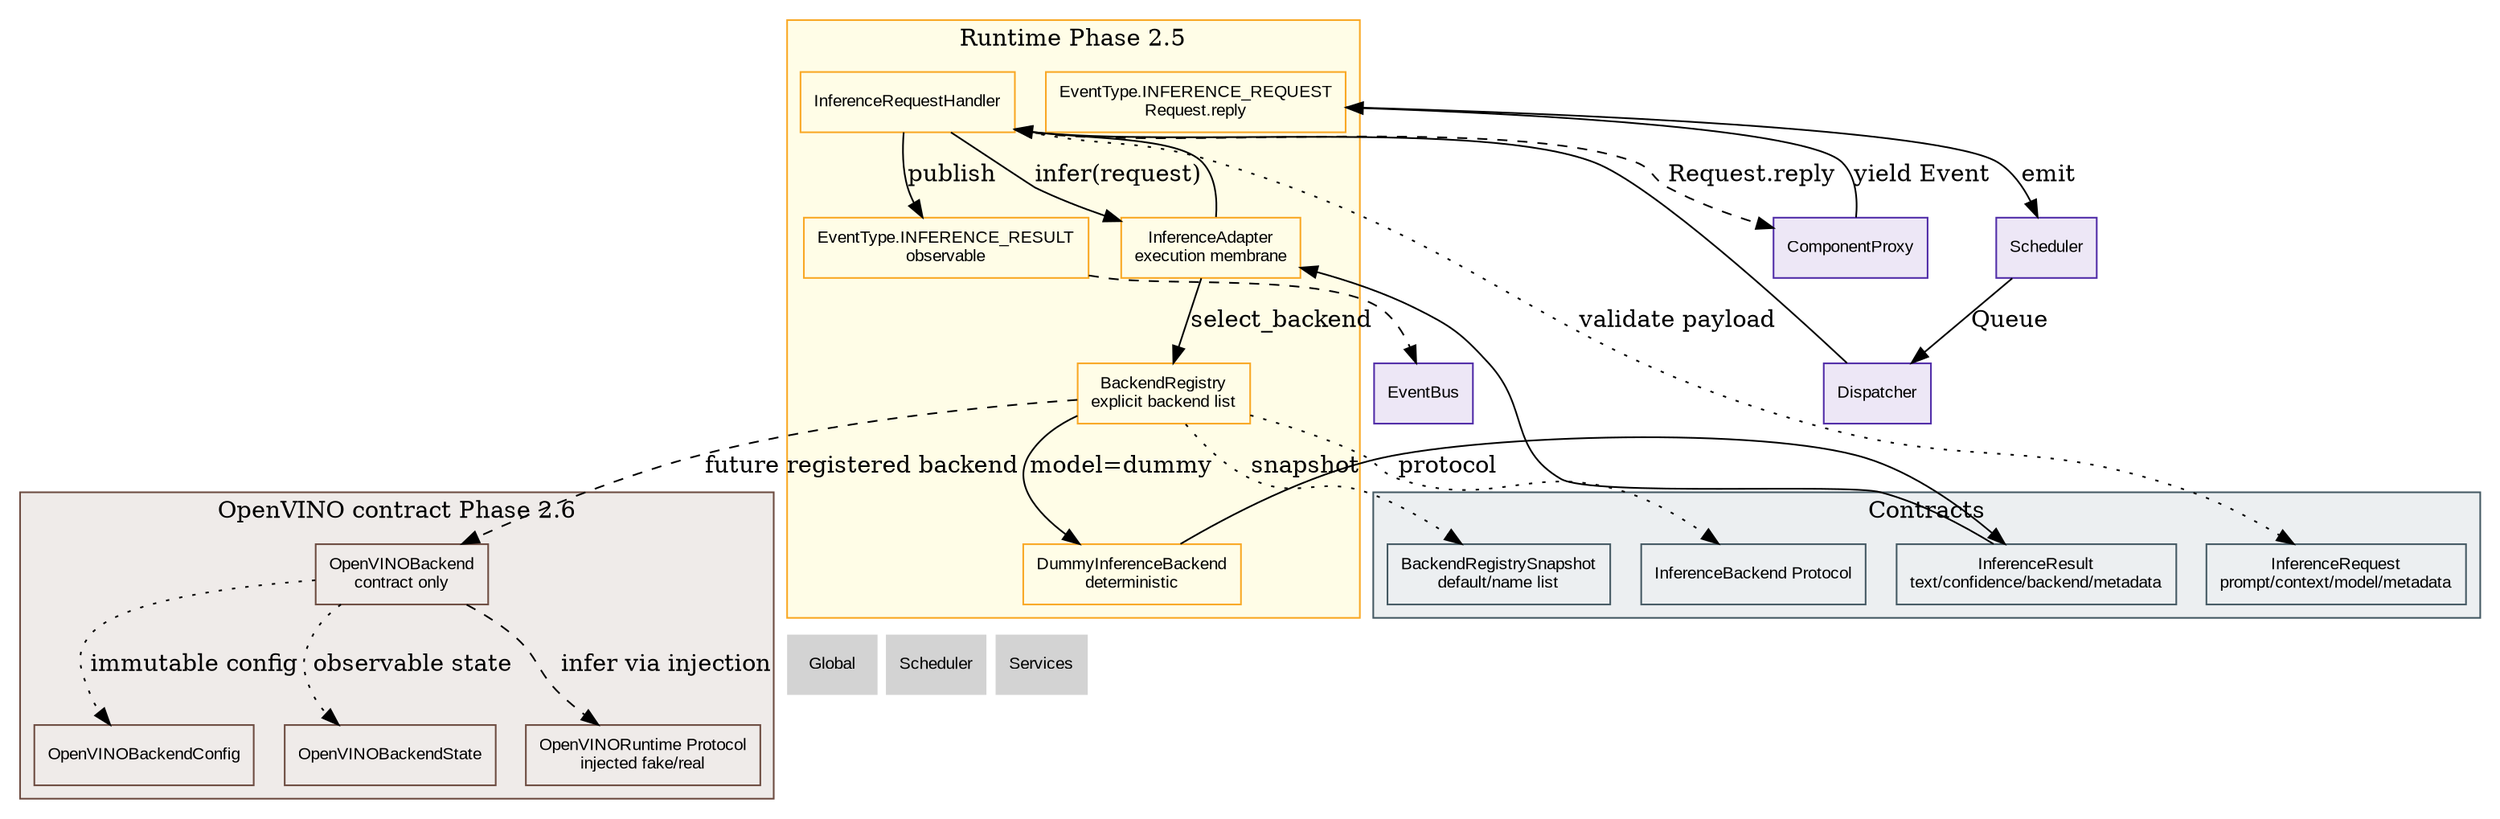
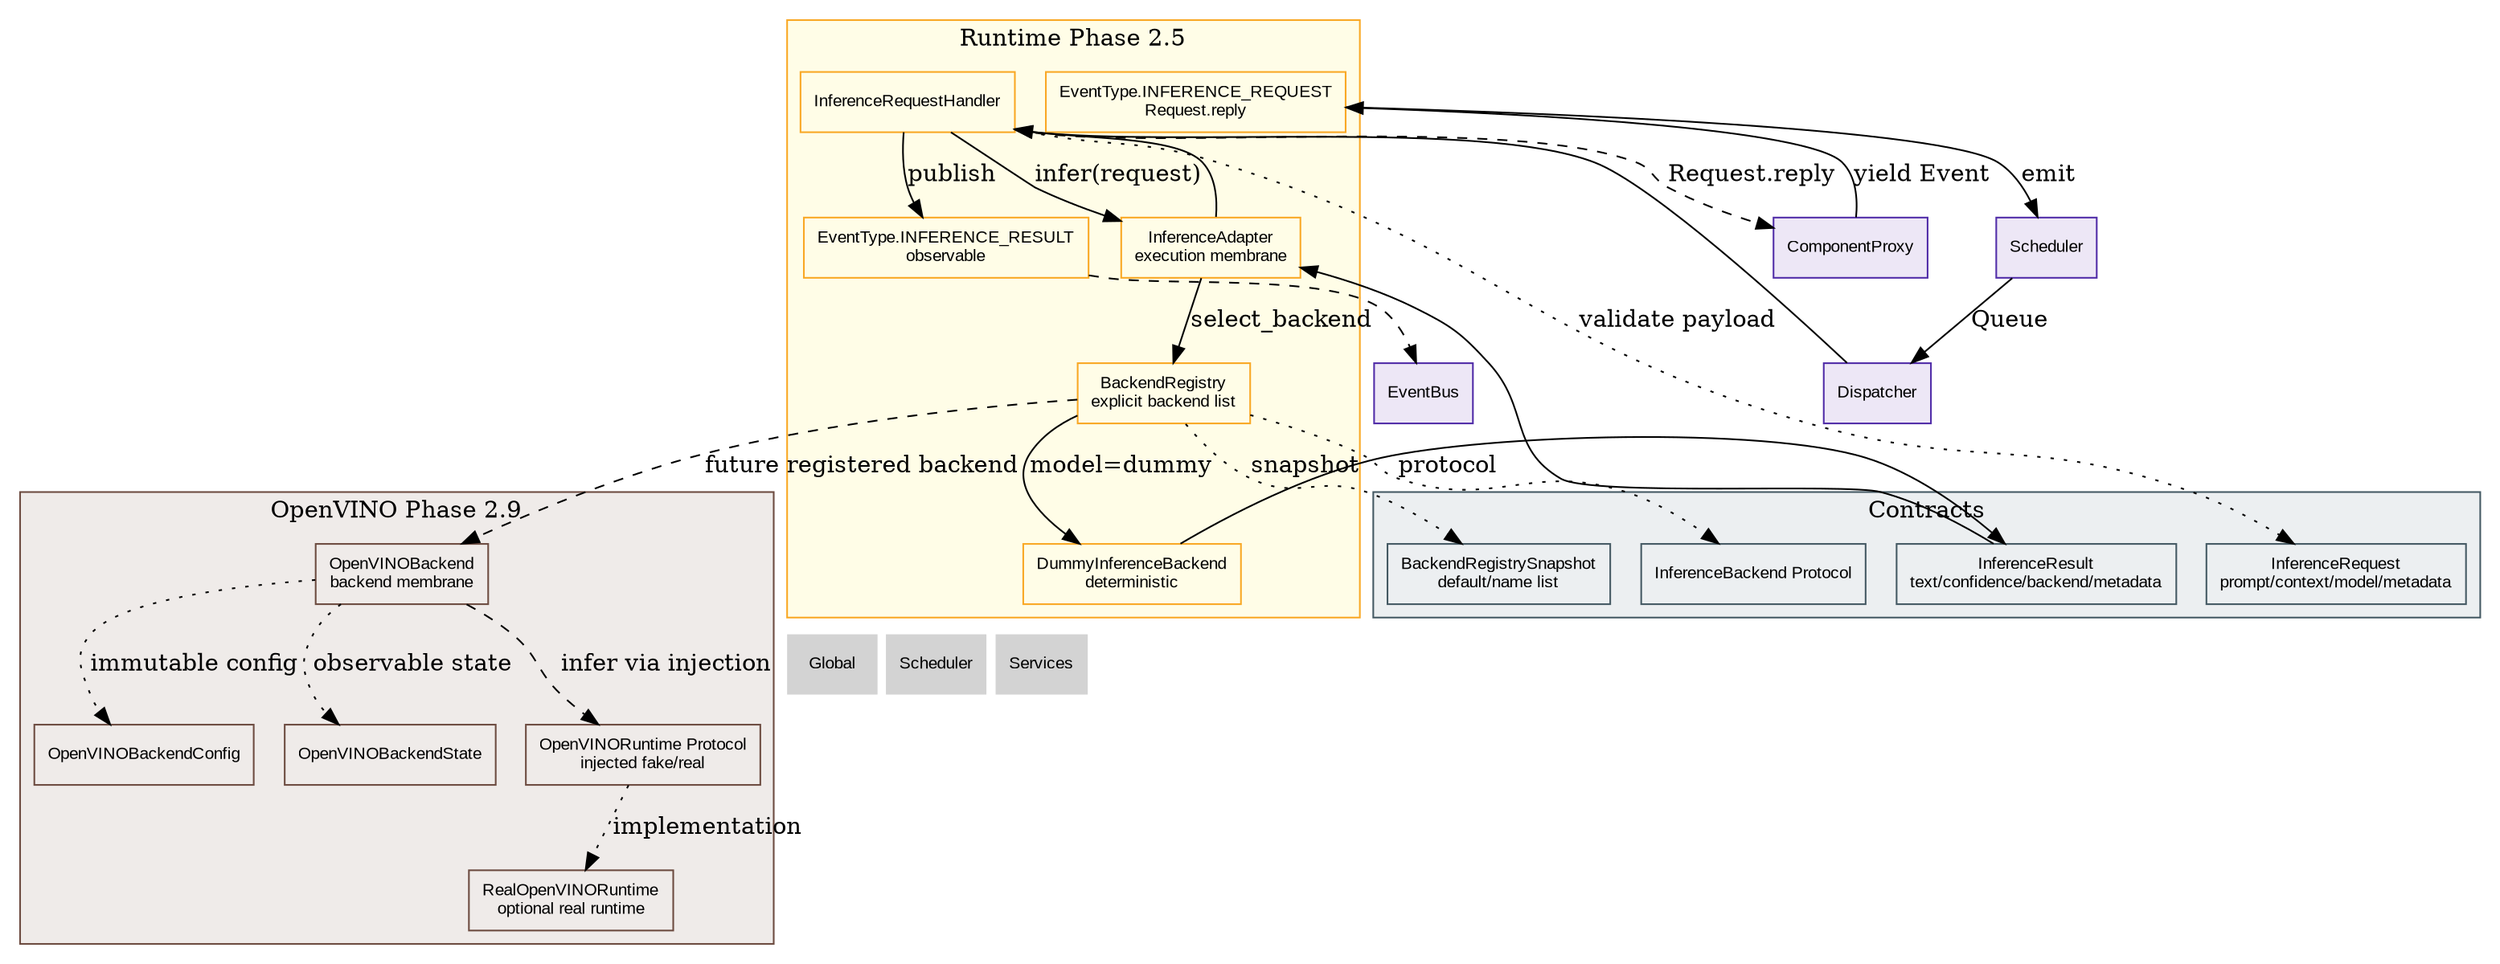
digraph Inference {
    // ROADMAP_ID: inference
    // ROADMAP_PARENT: 00_global.dot

    rankdir=TB;
    node [shape=box, style=filled, fontname="Arial", fontsize=10];

-     // ROADMAP_NOTE[phase2_6]:
-     // OpenVINOBackend existe maintenant comme contrat testable avec runtime
-     // injecté. Il n'importe pas encore openvino et n'est pas enregistré par
-     // défaut dans le Launcher. Ce graphe pointe vers 41_openvino_backend.dot
-     // pour le détail du futur backend réel.
+     // ROADMAP_NOTE[phase2_9]:
+     // OpenVINOBackend possède maintenant un runtime réel optionnel isolé dans
+     // inference/openvino_runtime.py. Le Scheduler, le Dispatcher et
+     // ComponentProxy ne changent pas. Aucun modèle n'est imposé : le runtime
+     // exécute uniquement des entrées OpenVINO brutes.

    subgraph cluster_contracts {
        label="Contracts";
        color="#455a64";
        bgcolor="#eceff1";
        node [fillcolor="#eceff1", color="#455a64"];
        InferenceRequest [label="InferenceRequest\nprompt/context/model/metadata"];
        InferenceResult [label="InferenceResult\ntext/confidence/backend/metadata"];
        InferenceBackend [label="InferenceBackend Protocol"];
        RegistrySnapshot [label="BackendRegistrySnapshot\ndefault/name list"];
    }

    subgraph cluster_runtime {
        label="Runtime Phase 2.5";
        color="#f9a825";
        bgcolor="#fffde7";
        node [fillcolor="#fffde7", color="#f9a825"];
        EventRequest [label="EventType.INFERENCE_REQUEST\nRequest.reply"];
        Handler [label="InferenceRequestHandler"];
        Adapter [label="InferenceAdapter\nexecution membrane"];
        Registry [label="BackendRegistry\nexplicit backend list"];
        Dummy [label="DummyInferenceBackend\ndeterministic"];
        EventResult [label="EventType.INFERENCE_RESULT\nobservable"];
    }

    subgraph cluster_openvino_contract {
-         label="OpenVINO contract Phase 2.6";
+         label="OpenVINO Phase 2.9";
        color="#6d4c41";
        bgcolor="#efebe9";
        node [fillcolor="#efebe9", color="#6d4c41"];
-         OpenVINO [label="OpenVINOBackend\ncontract only", URL="41_openvino_backend.svg"];
+         OpenVINO [label="OpenVINOBackend\nbackend membrane", URL="41_openvino_backend.svg"];
        OpenVINOConfig [label="OpenVINOBackendConfig"];
        OpenVINOState [label="OpenVINOBackendState"];
        OpenVINORuntime [label="OpenVINORuntime Protocol\ninjected fake/real"];
+         RealRuntime [label="RealOpenVINORuntime\noptional real runtime", URL="42_openvino_runtime.svg"];
    }

    Scheduler [fillcolor="#ede7f6", color="#512da8", URL="../scheduler/10_scheduler.svg"];
    Dispatcher [fillcolor="#ede7f6", color="#512da8", URL="../scheduler/dispatcher/11_dispatcher.svg"];
    ComponentProxy [fillcolor="#ede7f6", color="#512da8", URL="../scheduler/component_proxy/14_component_proxy.svg"];
    EventBus [fillcolor="#ede7f6", color="#512da8", URL="../scheduler/event_bus/12_event_bus.svg"];

    ComponentProxy -> EventRequest [label="yield Event"];
    EventRequest -> Scheduler [label="emit"];
    Scheduler -> Dispatcher [label="Queue"];
    Dispatcher -> Handler;
    Handler -> InferenceRequest [style=dotted, label="validate payload"];
    Handler -> Adapter [label="infer(request)"];
    Adapter -> Registry [label="select_backend"];
    Registry -> RegistrySnapshot [style=dotted, label="snapshot"];
    Registry -> InferenceBackend [style=dotted, label="protocol"];
    Registry -> Dummy [label="model=dummy"];
    Dummy -> InferenceResult;
    InferenceResult -> Adapter;
    Adapter -> Handler;
    Handler -> ComponentProxy [label="Request.reply", style=dashed];
    Handler -> EventResult [label="publish"];
    EventResult -> EventBus [style=dashed];

    Registry -> OpenVINO [style=dashed, label="future registered backend"];
    OpenVINO -> OpenVINOConfig [style=dotted, label="immutable config"];
    OpenVINO -> OpenVINOState [style=dotted, label="observable state"];
    OpenVINO -> OpenVINORuntime [style=dashed, label="infer via injection"];
+     OpenVINORuntime -> RealRuntime [style=dotted, label="implementation"];

    Nav_Global [label="Global", shape=plaintext, URL="../00_global.svg"];
    Nav_Scheduler [label="Scheduler", shape=plaintext, URL="../scheduler/10_scheduler.svg"];
    Nav_Services [label="Services", shape=plaintext, URL="../services/30_services.svg"];

    { rank=sink; Nav_Global; Nav_Scheduler; Nav_Services; }
}
